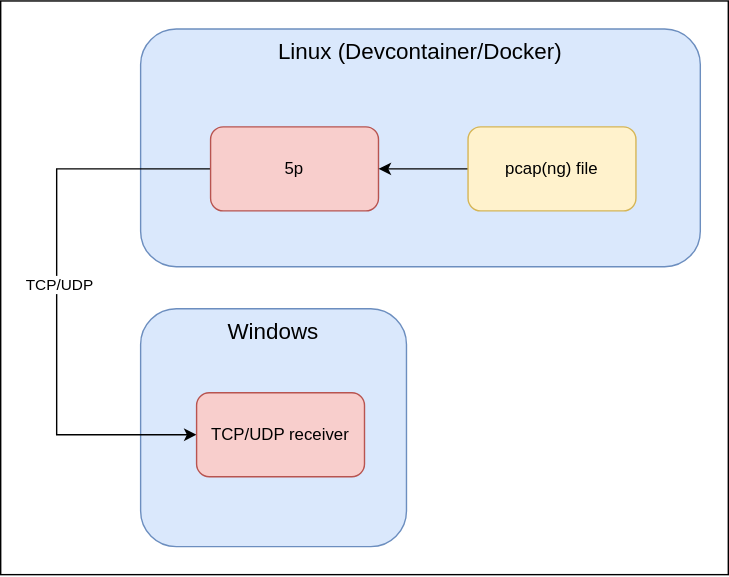
This is docs/assets/dataflow.svg from fwkrumm/5p, a draw.io export, as it was before one commit. Source tidied: cells renumbered, new cells last; positions are measured from the earlier drawing's top-left corner, leaving out a move shared by most shapes.
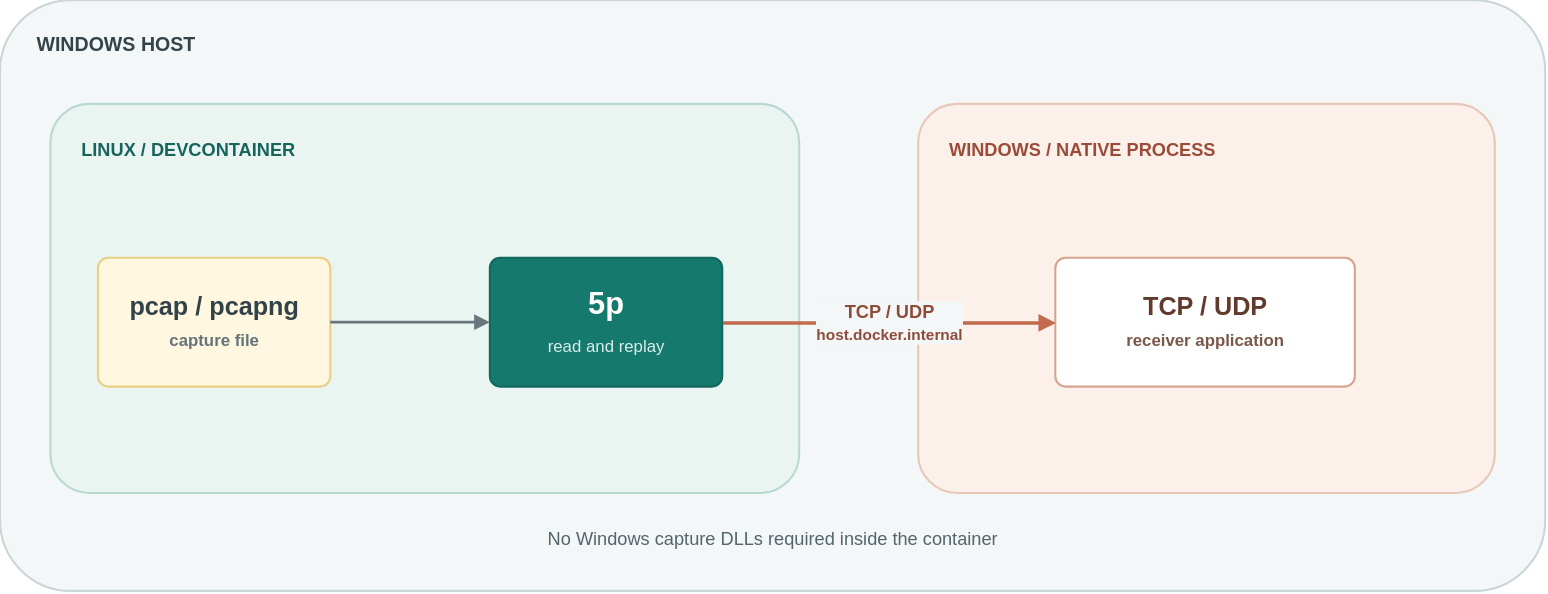
Above is the later version.

Commit message:
improve drawio asset

Change to the diagram source:
```diff
@@ -2,37 +2,32 @@
   <root>
     <mxCell id="0" />
     <mxCell id="1" parent="0" />
-    <mxCell id="2" style="rounded=0;whiteSpace=wrap;html=1;" parent="1" vertex="1">
-      <mxGeometry width="520" height="410" as="geometry" />
-    </mxCell>
-    <mxCell id="3" value="Linux (Devcontainer/Docker)" style="rounded=1;whiteSpace=wrap;html=1;verticalAlign=top;fontSize=16;fillColor=#dae8fc;strokeColor=#6c8ebf;" parent="1" vertex="1">
-      <mxGeometry x="100" y="20" width="400" height="170" as="geometry" />
-    </mxCell>
-    <mxCell id="4" value="Windows" style="rounded=1;whiteSpace=wrap;html=1;verticalAlign=top;fontSize=16;fillColor=#dae8fc;strokeColor=#6c8ebf;" parent="1" vertex="1">
-      <mxGeometry x="100" y="220" width="190" height="170" as="geometry" />
-    </mxCell>
-    <mxCell id="5" style="edgeStyle=orthogonalEdgeStyle;rounded=0;jettySize=auto;html=1;entryX=0;entryY=0.5;entryDx=0;entryDy=0;" parent="1" edge="1" source="7" target="10">
-      <mxGeometry relative="1" as="geometry">
-        <Array as="points">
-          <mxPoint x="40" y="120" />
-          <mxPoint x="40" y="310" />
-        </Array>
-      </mxGeometry>
-    </mxCell>
-    <mxCell id="6" value="TCP/UDP" style="edgeLabel;html=1;align=center;verticalAlign=middle;" parent="5" vertex="1">
-      <mxGeometry x="-0.04" y="2" relative="1" as="geometry" />
-    </mxCell>
-    <mxCell id="7" value="5p" style="rounded=1;whiteSpace=wrap;html=1;fillColor=#f8cecc;strokeColor=#b85450;" parent="1" vertex="1">
-      <mxGeometry x="150" y="90" width="120" height="60" as="geometry" />
-    </mxCell>
-    <mxCell id="8" style="edgeStyle=orthogonalEdgeStyle;rounded=0;jettySize=auto;html=1;" parent="1" edge="1" source="9" target="7">
-      <mxGeometry relative="1" as="geometry" />
-    </mxCell>
-    <mxCell id="9" value="pcap(ng) file" style="rounded=1;whiteSpace=wrap;html=1;fillColor=#fff2cc;strokeColor=#d6b656;" parent="1" vertex="1">
-      <mxGeometry x="334" y="90" width="120" height="60" as="geometry" />
-    </mxCell>
-    <mxCell id="10" value="TCP/UDP receiver" style="rounded=1;whiteSpace=wrap;html=1;fillColor=#f8cecc;strokeColor=#b85450;" parent="1" vertex="1">
-      <mxGeometry x="140" y="280" width="120" height="60" as="geometry" />
-    </mxCell>
+    <mxCell id="11" value="WINDOWS HOST" style="rounded=1;whiteSpace=wrap;html=1;verticalAlign=top;align=left;spacingLeft=24;spacingTop=16;fontSize=14;fontStyle=1;fontColor=#33434a;fillColor=#f4f7f7;strokeColor=#c9d5d7;strokeWidth=1.5;arcSize=12;" parent="1" vertex="1">
+      <mxGeometry x="8" y="-146" width="1104" height="422" as="geometry" />
+    </mxCell>
+    <mxCell id="12" value="LINUX  /  DEVCONTAINER" style="rounded=1;whiteSpace=wrap;html=1;verticalAlign=top;align=left;spacingLeft=20;spacingTop=18;fontSize=13;fontStyle=1;fontColor=#17645d;fillColor=#eaf5f2;strokeColor=#b8d9d2;strokeWidth=1.5;arcSize=10;" parent="1" vertex="1">
+      <mxGeometry x="44" y="-72" width="535" height="278" as="geometry" />
+    </mxCell>
+    <mxCell id="13" value="WINDOWS  /  NATIVE PROCESS" style="rounded=1;whiteSpace=wrap;html=1;verticalAlign=top;align=left;spacingLeft=20;spacingTop=18;fontSize=13;fontStyle=1;fontColor=#9a4c38;fillColor=#fcf0eb;strokeColor=#e8c7b9;strokeWidth=1.5;arcSize=10;" parent="1" vertex="1">
+      <mxGeometry x="664" y="-72" width="412" height="278" as="geometry" />
+    </mxCell>
+    <mxCell id="14" value="pcap / pcapng&lt;br&gt;&lt;font style=&quot;font-size: 12px; color: #63747a;&quot;&gt;capture file&lt;/font&gt;" style="rounded=1;whiteSpace=wrap;html=1;align=center;verticalAlign=middle;fontSize=18;fontStyle=1;fontColor=#33434a;fillColor=#fff7df;strokeColor=#e8cf83;strokeWidth=1.5;arcSize=8;" parent="1" vertex="1">
+      <mxGeometry x="78" y="38" width="166" height="92" as="geometry" />
+    </mxCell>
+    <mxCell id="15" value="5p&lt;br&gt;&lt;font style=&quot;font-size: 12px; font-weight: normal; color: #d8eeea;&quot;&gt;read and replay&lt;/font&gt;" style="rounded=1;whiteSpace=wrap;html=1;align=center;verticalAlign=middle;fontSize=22;fontStyle=1;fontColor=#ffffff;fillColor=#16796e;strokeColor=#12675e;strokeWidth=1.5;arcSize=8;" parent="1" vertex="1">
+      <mxGeometry x="358" y="38" width="166" height="92" as="geometry" />
+    </mxCell>
+    <mxCell id="16" value="TCP / UDP&lt;br&gt;&lt;font style=&quot;font-size: 12px; color: #795749;&quot;&gt;receiver application&lt;/font&gt;" style="rounded=1;whiteSpace=wrap;html=1;align=center;verticalAlign=middle;fontSize=18;fontStyle=1;fontColor=#603a2d;fillColor=#ffffff;strokeColor=#d7a48f;strokeWidth=1.5;arcSize=8;" parent="1" vertex="1">
+      <mxGeometry x="762" y="38" width="214" height="92" as="geometry" />
+    </mxCell>
+    <mxCell id="17" style="edgeStyle=orthogonalEdgeStyle;rounded=0;jettySize=auto;html=1;strokeColor=#67777c;strokeWidth=2;endArrow=block;endFill=1;" parent="1" edge="1" source="14" target="15">
+      <mxGeometry relative="1" as="geometry" />
+    </mxCell>
+    <mxCell id="18" value="TCP / UDP&lt;br&gt;&lt;font style=&quot;font-size: 11px;&quot;&gt;host.docker.internal&lt;/font&gt;" style="edgeStyle=orthogonalEdgeStyle;rounded=0;jettySize=auto;html=1;strokeColor=#c36a4d;strokeWidth=2.5;endArrow=block;endFill=1;fontSize=13;fontStyle=1;fontColor=#8d4c38;labelBackgroundColor=#f4f7f7;" parent="1" edge="1" source="15" target="16">
+      <mxGeometry relative="1" as="geometry" />
+    </mxCell>
+    <mxCell id="19" value="No Windows capture DLLs required inside the container" style="text;html=1;align=center;verticalAlign=middle;whiteSpace=wrap;rounded=0;fontSize=13;fontColor=#53656b;" parent="1" vertex="1">
+      <mxGeometry x="310" y="224" width="500" height="28" as="geometry" />
+    </mxCell>
   </root>
 </mxGraphModel>
```
